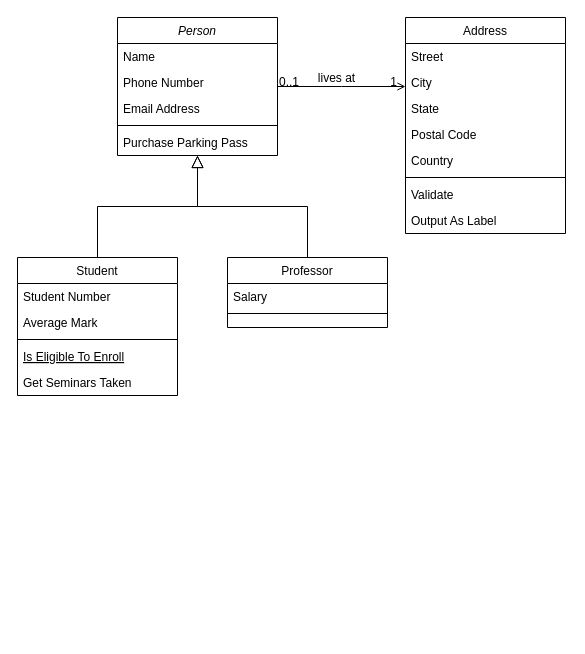
The draw.io diagram app/未命名绘图.drawio in china-xs/kratos-study, before the edit. Source tidied: cells renumbered, new cells numbered last; positions are measured from the earlier drawing's top-left corner, leaving out a move shared by most shapes. Both pictures are drawn from the tidied source at 100%, with x=0, y=0 at pixel (17, 17).
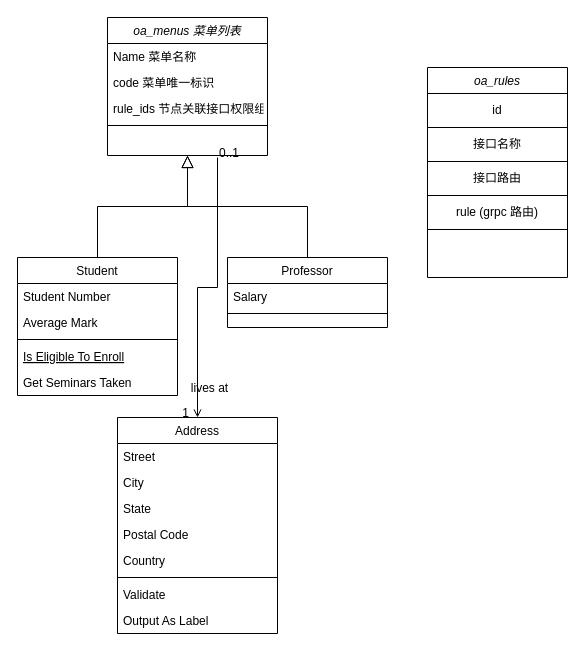
The same page after the edit.

Diff of the diagram source:
```diff
@@
-    <mxCell id="2" value="Person" style="swimlane;fontStyle=2;align=center;verticalAlign=top;horizontal=1;startSize=26;rounded=0;shadow=0;strokeWidth=1;" parent="1" vertex="1">
-      <mxGeometry x="100" width="160" height="138" as="geometry" />
+    <mxCell id="2" value="oa_menus 菜单列表" style="swimlane;fontStyle=2;align=center;verticalAlign=top;horizontal=1;startSize=26;rounded=0;shadow=0;strokeWidth=1;fillColor=default;strokeColor=default;fontColor=default;" parent="1" vertex="1">
+      <mxGeometry x="90" width="160" height="138" as="geometry" />
     </mxCell>
-    <mxCell id="3" value="Name" style="text;align=left;verticalAlign=top;spacingLeft=4;spacingRight=4;overflow=hidden;" parent="2" vertex="1">
+    <mxCell id="3" value="Name 菜单名称" style="text;align=left;verticalAlign=top;spacingLeft=4;spacingRight=4;overflow=hidden;fontColor=default;" parent="2" vertex="1">
       <mxGeometry y="26" width="160" height="26" as="geometry" />
     </mxCell>
-    <mxCell id="4" value="Phone Number" style="text;align=left;verticalAlign=top;spacingLeft=4;spacingRight=4;overflow=hidden;rounded=0;shadow=0;html=0;" parent="2" vertex="1">
+    <mxCell id="4" value="code 菜单唯一标识" style="text;align=left;verticalAlign=top;spacingLeft=4;spacingRight=4;overflow=hidden;rounded=0;shadow=0;html=0;fontColor=default;" parent="2" vertex="1">
       <mxGeometry y="52" width="160" height="26" as="geometry" />
     </mxCell>
-    <mxCell id="5" value="Email Address" style="text;align=left;verticalAlign=top;spacingLeft=4;spacingRight=4;overflow=hidden;rounded=0;shadow=0;html=0;" parent="2" vertex="1">
+    <mxCell id="5" value="rule_ids 节点关联接口权限组" style="text;align=left;verticalAlign=top;spacingLeft=4;spacingRight=4;overflow=hidden;rounded=0;shadow=0;html=0;fontColor=default;" parent="2" vertex="1">
       <mxGeometry y="78" width="160" height="26" as="geometry" />
     </mxCell>
@@
-    <mxCell id="7" value="Purchase Parking Pass" style="text;align=left;verticalAlign=top;spacingLeft=4;spacingRight=4;overflow=hidden;" parent="2" vertex="1">
-      <mxGeometry y="112" width="160" height="26" as="geometry" />
-    </mxCell>
@@
-    <mxCell id="19" value="Address" style="swimlane;fontStyle=0;align=center;verticalAlign=top;horizontal=1;startSize=26;rounded=0;shadow=0;strokeWidth=1;" parent="1" vertex="1">
-      <mxGeometry x="388" width="160" height="216" as="geometry" />
+    <mxCell id="19" value="Address" style="swimlane;fontStyle=0;align=center;verticalAlign=top;horizontal=1;startSize=26;rounded=0;shadow=0;strokeWidth=1;fillColor=default;strokeColor=default;fontColor=default;" parent="1" vertex="1">
+      <mxGeometry x="100" y="400" width="160" height="216" as="geometry" />
     </mxCell>
@@
-    <mxCell id="28" style="endArrow=open;shadow=0;strokeWidth=1;rounded=0;endFill=1;edgeStyle=elbowEdgeStyle;elbow=vertical;" parent="1" edge="1" source="2" target="19">
+    <mxCell id="28" style="endArrow=open;shadow=0;strokeWidth=1;rounded=0;endFill=1;edgeStyle=elbowEdgeStyle;elbow=vertical;strokeColor=default;labelBackgroundColor=default;fontColor=default;" parent="1" edge="1" target="19">
       <mxGeometry x="0.5" y="41" relative="1" as="geometry">
+        <mxPoint x="200" y="140" as="sourcePoint" />
         <mxPoint x="-40" y="32" as="offset" />
       </mxGeometry>
     </mxCell>
@@
+    <mxCell id="32" value="oa_rules" style="swimlane;fontStyle=2;align=center;verticalAlign=top;horizontal=1;startSize=26;rounded=0;shadow=0;strokeWidth=1;fillColor=default;strokeColor=default;fontColor=default;" parent="1" vertex="1">
+      <mxGeometry x="410" y="50" width="140" height="210" as="geometry" />
+    </mxCell>
+    <mxCell id="33" value="id" style="whiteSpace=wrap;html=1;fontColor=default;strokeColor=default;fillColor=default;" parent="32" vertex="1">
+      <mxGeometry y="26" width="140" height="34" as="geometry" />
+    </mxCell>
+    <mxCell id="34" value="接口名称" style="whiteSpace=wrap;html=1;fontColor=default;strokeColor=default;fillColor=default;" parent="32" vertex="1">
+      <mxGeometry y="60" width="140" height="34" as="geometry" />
+    </mxCell>
+    <mxCell id="35" value="接口路由" style="whiteSpace=wrap;html=1;fontColor=default;strokeColor=default;fillColor=default;" parent="32" vertex="1">
+      <mxGeometry y="94" width="140" height="34" as="geometry" />
+    </mxCell>
+    <mxCell id="36" value="rule (grpc 路由)" style="whiteSpace=wrap;html=1;fontColor=default;strokeColor=default;fillColor=default;" parent="32" vertex="1">
+      <mxGeometry y="128" width="140" height="34" as="geometry" />
+    </mxCell>
```
